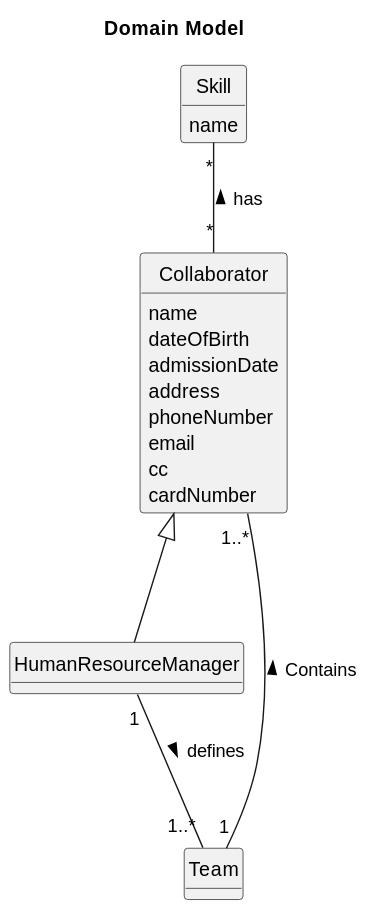
This is docs/sprint2/us05/02.analysis/svg/us05-domain-model.svg from Departamento-de-Engenharia-Informatica/lei-24-s2-1db-g022, a PlantUML export, as it was before one commit. Source of this version:
```plantuml
@startuml
skinparam monochrome true
skinparam packageStyle rectangle
skinparam shadowing false
skinparam classAttributeIconSize 0
hide circle
hide methods

title Domain Model

class Collaborator {
    name
    dateOfBirth
    admissionDate
    address
    phoneNumber
    email
    cc
    cardNumber

}

class HumanResourceManager {
}

class Team{
}

class Skill{
    name
}

Collaborator  <|--  HumanResourceManager

HumanResourceManager "1" -- "1..*" Team : defines >

Collaborator "1..*" ---- "1" Team : Contains <

Skill "*" -- "*" Collaborator : has <
@enduml
```
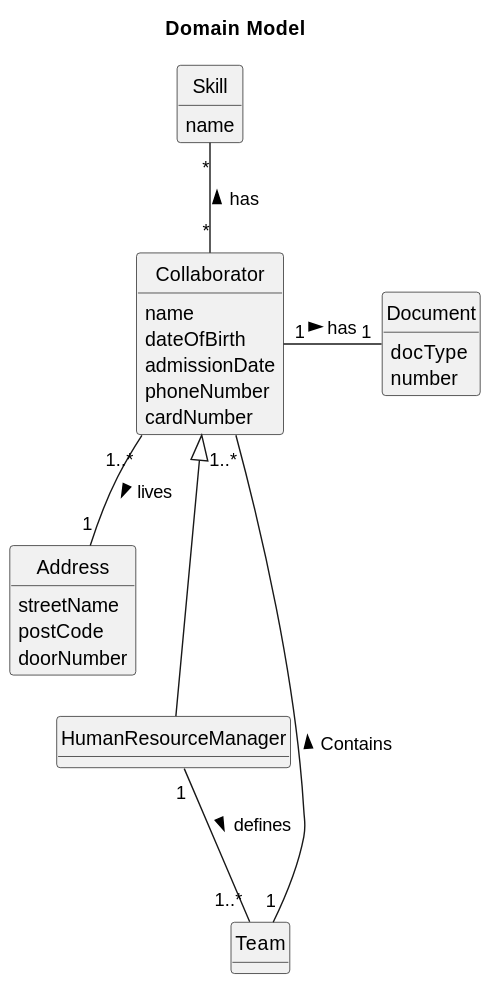
After the commit.

Change to the diagram source:
```diff
@@ -12,12 +12,19 @@
     name
     dateOfBirth
     admissionDate
-    address
     phoneNumber
-    email
-    cc
     cardNumber
+}
 
+class Document{
+    docType
+    number
+}
+
+class Address {
+    streetName
+    postCode
+    doorNumber
 }
 
 class HumanResourceManager {
@@ -30,6 +37,11 @@
     name
 }
 
+Collaborator "1" - "1" Document : has >
+
+Collaborator "1..*" -- "1" Address : lives >
+
+
 Collaborator  <|--  HumanResourceManager
 
 HumanResourceManager "1" -- "1..*" Team : defines >
```
